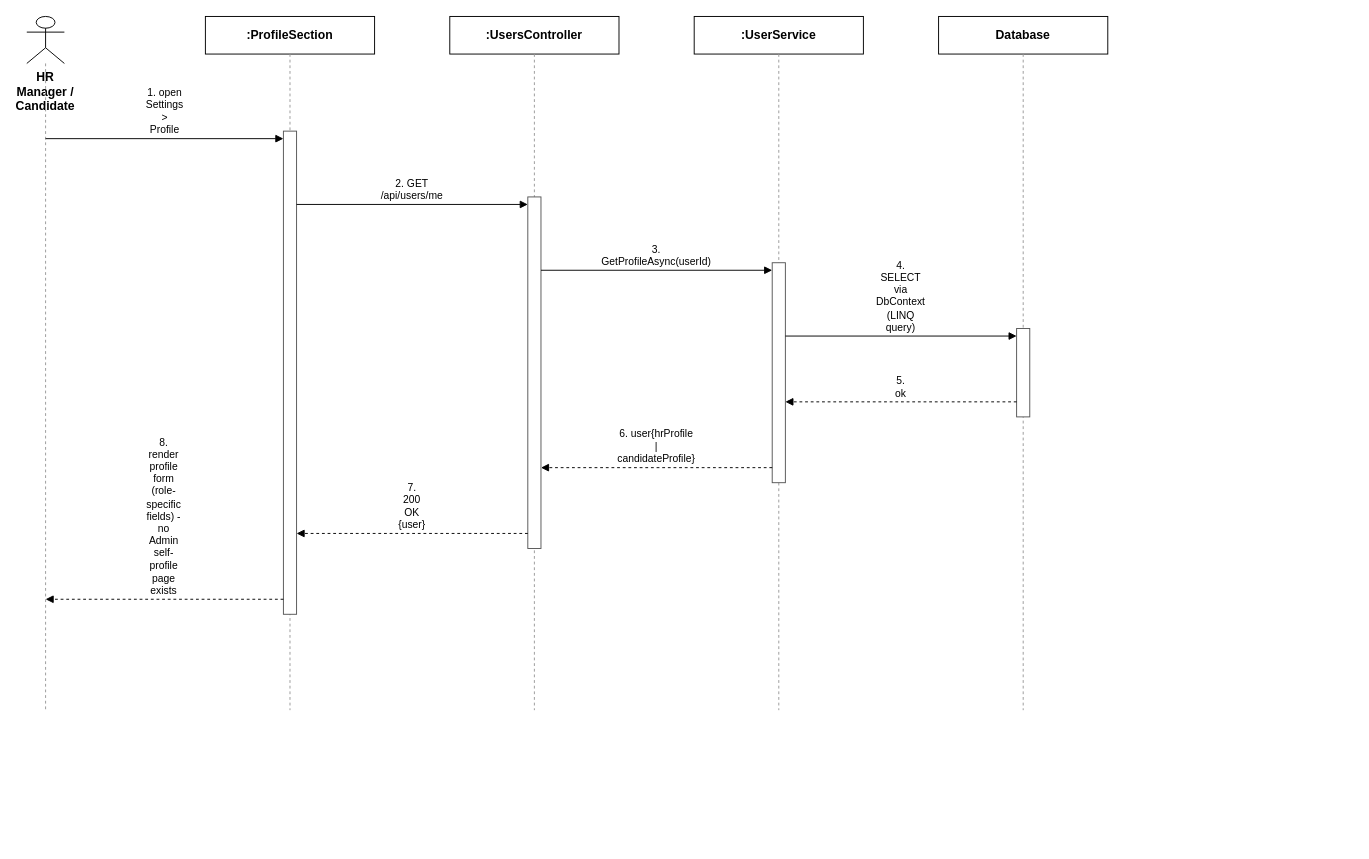
Above: docs/qa/Hien_SequenceDiagram/Report4_SequenceDiagram_View_Profile.drawio in tulklk/AI_Interview_Question_Generation_RAG_LLM_FE (draw.io), before the change. Source tidied: cells renumbered, new cells numbered last; positions are measured from the earlier drawing's top-left corner, leaving out a move shared by most shapes. Both pictures are drawn from the tidied source at 94%, with x=0, y=0 at pixel (26, 16).
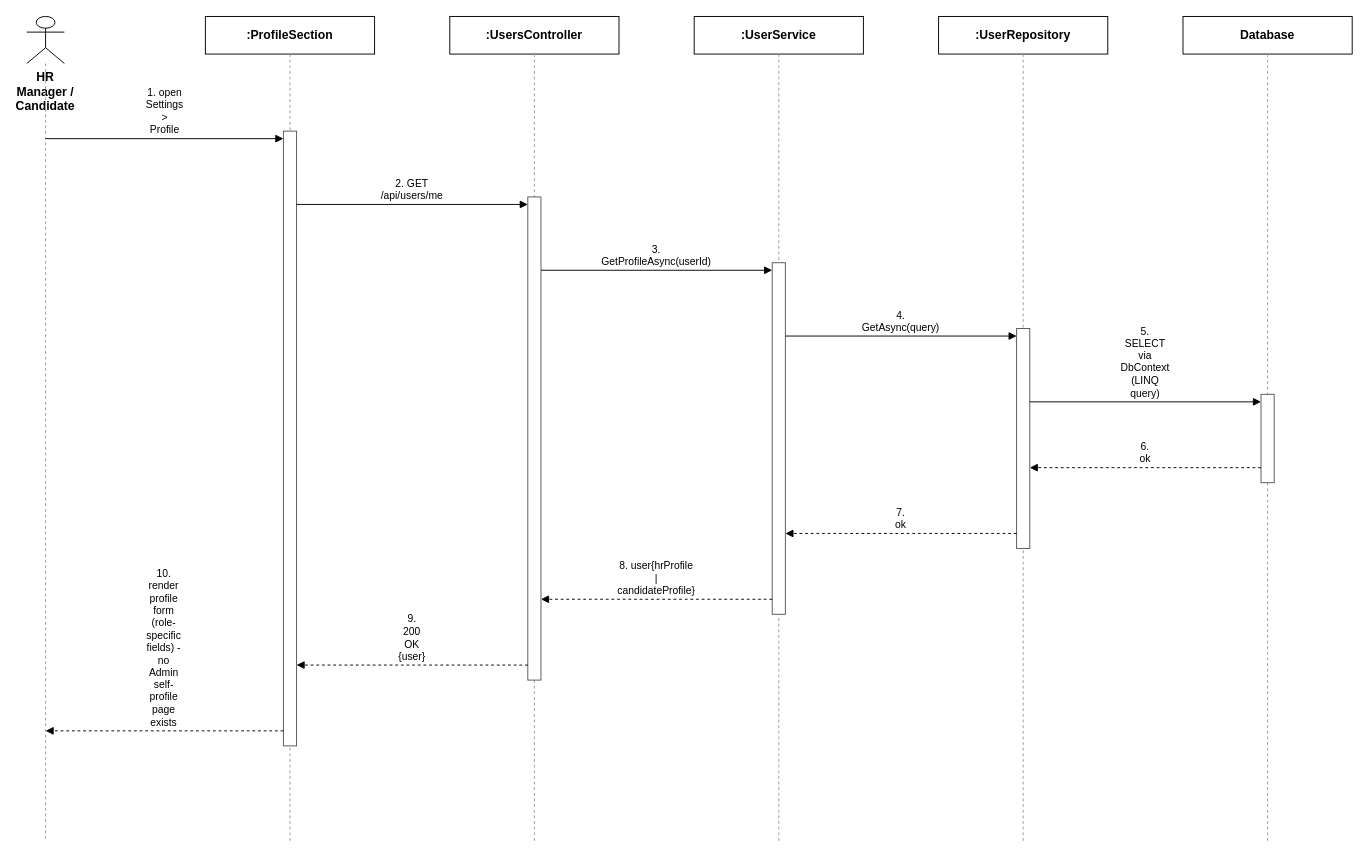
The same diagram, later.

The edit, as a diff of the source:
```diff
@@
     <mxCell id="3" style="endArrow=none;dashed=1;html=1;strokeColor=#999999;" parent="1" edge="1">
       <mxGeometry relative="1" as="geometry">
         <mxPoint x="20" y="50" as="sourcePoint" />
-        <mxPoint x="20" y="738" as="targetPoint" />
+        <mxPoint x="20" y="878" as="targetPoint" />
       </mxGeometry>
     </mxCell>
@@
     <mxCell id="5" style="endArrow=none;dashed=1;html=1;strokeColor=#999999;" parent="1" edge="1">
       <mxGeometry relative="1" as="geometry">
         <mxPoint x="280" y="40" as="sourcePoint" />
-        <mxPoint x="280" y="738" as="targetPoint" />
+        <mxPoint x="280" y="878" as="targetPoint" />
       </mxGeometry>
     </mxCell>
@@
     <mxCell id="7" style="endArrow=none;dashed=1;html=1;strokeColor=#999999;" parent="1" edge="1">
       <mxGeometry relative="1" as="geometry">
         <mxPoint x="540" y="40" as="sourcePoint" />
-        <mxPoint x="540" y="738" as="targetPoint" />
+        <mxPoint x="540" y="878" as="targetPoint" />
       </mxGeometry>
     </mxCell>
@@
     <mxCell id="9" style="endArrow=none;dashed=1;html=1;strokeColor=#999999;" parent="1" edge="1">
       <mxGeometry relative="1" as="geometry">
         <mxPoint x="800" y="40" as="sourcePoint" />
-        <mxPoint x="800" y="738" as="targetPoint" />
+        <mxPoint x="800" y="878" as="targetPoint" />
       </mxGeometry>
     </mxCell>
-    <mxCell id="10" value="Database" style="rounded=0;whiteSpace=wrap;html=1;fontSize=13;fillColor=#ffffff;strokeColor=#000000;fontStyle=1;" parent="1" vertex="1">
+    <mxCell id="10" value=":UserRepository" style="rounded=0;whiteSpace=wrap;html=1;fontSize=13;fillColor=#ffffff;strokeColor=#000000;fontStyle=1;" parent="1" vertex="1">
       <mxGeometry x="970" width="180" height="40" as="geometry" />
     </mxCell>
     <mxCell id="11" style="endArrow=none;dashed=1;html=1;strokeColor=#999999;" parent="1" edge="1">
       <mxGeometry relative="1" as="geometry">
         <mxPoint x="1060" y="40" as="sourcePoint" />
-        <mxPoint x="1060" y="738" as="targetPoint" />
+        <mxPoint x="1060" y="878" as="targetPoint" />
       </mxGeometry>
     </mxCell>
-    <mxCell id="12" style="rounded=0;whiteSpace=wrap;html=1;fillColor=#ffffff;strokeColor=#555555;" parent="1" vertex="1">
-      <mxGeometry x="273" y="122" width="14" height="514" as="geometry" />
+    <mxCell id="12" value="Database" style="rounded=0;whiteSpace=wrap;html=1;fontSize=13;fillColor=#ffffff;strokeColor=#000000;fontStyle=1;" parent="1" vertex="1">
+      <mxGeometry x="1230" width="180" height="40" as="geometry" />
     </mxCell>
-    <mxCell id="13" style="rounded=0;whiteSpace=wrap;html=1;fillColor=#ffffff;strokeColor=#555555;" parent="1" vertex="1">
-      <mxGeometry x="533" y="192" width="14" height="374" as="geometry" />
+    <mxCell id="13" style="endArrow=none;dashed=1;html=1;strokeColor=#999999;" parent="1" edge="1">
+      <mxGeometry relative="1" as="geometry">
+        <mxPoint x="1320" y="40" as="sourcePoint" />
+        <mxPoint x="1320" y="878" as="targetPoint" />
+      </mxGeometry>
     </mxCell>
     <mxCell id="14" style="rounded=0;whiteSpace=wrap;html=1;fillColor=#ffffff;strokeColor=#555555;" parent="1" vertex="1">
-      <mxGeometry x="793" y="262" width="14" height="234" as="geometry" />
+      <mxGeometry x="273" y="122" width="14" height="654" as="geometry" />
     </mxCell>
     <mxCell id="15" style="rounded=0;whiteSpace=wrap;html=1;fillColor=#ffffff;strokeColor=#555555;" parent="1" vertex="1">
-      <mxGeometry x="1053" y="332" width="14" height="94" as="geometry" />
+      <mxGeometry x="533" y="192" width="14" height="514" as="geometry" />
     </mxCell>
-    <mxCell id="16" value="1. open Settings &gt; Profile" style="endArrow=block;endFill=1;html=1;whiteSpace=wrap;fontSize=11;align=center;verticalAlign=bottom;labelBackgroundColor=#ffffff;strokeColor=#000000;" parent="1" edge="1">
-      <mxGeometry relative="1" as="geometry">
-        <mxPoint x="20" y="130" as="sourcePoint" />
-        <mxPoint x="273" y="130" as="targetPoint" />
-      </mxGeometry>
+    <mxCell id="16" style="rounded=0;whiteSpace=wrap;html=1;fillColor=#ffffff;strokeColor=#555555;" parent="1" vertex="1">
+      <mxGeometry x="793" y="262" width="14" height="374" as="geometry" />
     </mxCell>
-    <mxCell id="17" value="2. GET /api/users/me" style="endArrow=block;endFill=1;html=1;whiteSpace=wrap;fontSize=11;align=center;verticalAlign=bottom;labelBackgroundColor=#ffffff;strokeColor=#000000;" parent="1" edge="1">
-      <mxGeometry relative="1" as="geometry">
-        <mxPoint x="287" y="200" as="sourcePoint" />
-        <mxPoint x="533" y="200" as="targetPoint" />
-      </mxGeometry>
+    <mxCell id="17" style="rounded=0;whiteSpace=wrap;html=1;fillColor=#ffffff;strokeColor=#555555;" parent="1" vertex="1">
+      <mxGeometry x="1053" y="332" width="14" height="234" as="geometry" />
     </mxCell>
-    <mxCell id="18" value="3. GetProfileAsync(userId)" style="endArrow=block;endFill=1;html=1;whiteSpace=wrap;fontSize=11;align=center;verticalAlign=bottom;labelBackgroundColor=#ffffff;strokeColor=#000000;" parent="1" edge="1">
-      <mxGeometry relative="1" as="geometry">
-        <mxPoint x="547" y="270" as="sourcePoint" />
-        <mxPoint x="793" y="270" as="targetPoint" />
-      </mxGeometry>
+    <mxCell id="18" style="rounded=0;whiteSpace=wrap;html=1;fillColor=#ffffff;strokeColor=#555555;" parent="1" vertex="1">
+      <mxGeometry x="1313" y="402" width="14" height="94" as="geometry" />
     </mxCell>
-    <mxCell id="19" value="4. SELECT via DbContext (LINQ query)" style="endArrow=block;endFill=1;html=1;whiteSpace=wrap;fontSize=11;align=center;verticalAlign=bottom;labelBackgroundColor=#ffffff;strokeColor=#000000;" parent="1" edge="1">
+    <mxCell id="19" value="1. open Settings &gt; Profile" style="endArrow=block;endFill=1;html=1;whiteSpace=wrap;fontSize=11;align=center;verticalAlign=bottom;labelBackgroundColor=#ffffff;strokeColor=#000000;" parent="1" edge="1">
       <mxGeometry relative="1" as="geometry">
-        <mxPoint x="807" y="340" as="sourcePoint" />
-        <mxPoint x="1053" y="340" as="targetPoint" />
+        <mxPoint x="20" y="130" as="sourcePoint" />
+        <mxPoint x="273" y="130" as="targetPoint" />
       </mxGeometry>
     </mxCell>
-    <mxCell id="20" value="5. ok" style="endArrow=block;endFill=1;html=1;whiteSpace=wrap;dashed=1;fontSize=11;align=center;verticalAlign=bottom;labelBackgroundColor=#ffffff;strokeColor=#000000;" parent="1" edge="1">
+    <mxCell id="20" value="2. GET /api/users/me" style="endArrow=block;endFill=1;html=1;whiteSpace=wrap;fontSize=11;align=center;verticalAlign=bottom;labelBackgroundColor=#ffffff;strokeColor=#000000;" parent="1" edge="1">
       <mxGeometry relative="1" as="geometry">
-        <mxPoint x="1053" y="410" as="sourcePoint" />
-        <mxPoint x="807" y="410" as="targetPoint" />
+        <mxPoint x="287" y="200" as="sourcePoint" />
+        <mxPoint x="533" y="200" as="targetPoint" />
       </mxGeometry>
     </mxCell>
-    <mxCell id="21" value="6. user{hrProfile | candidateProfile}" style="endArrow=block;endFill=1;html=1;whiteSpace=wrap;dashed=1;fontSize=11;align=center;verticalAlign=bottom;labelBackgroundColor=#ffffff;strokeColor=#000000;" parent="1" edge="1">
+    <mxCell id="21" value="3. GetProfileAsync(userId)" style="endArrow=block;endFill=1;html=1;whiteSpace=wrap;fontSize=11;align=center;verticalAlign=bottom;labelBackgroundColor=#ffffff;strokeColor=#000000;" parent="1" edge="1">
       <mxGeometry relative="1" as="geometry">
-        <mxPoint x="793" y="480" as="sourcePoint" />
-        <mxPoint x="547" y="480" as="targetPoint" />
+        <mxPoint x="547" y="270" as="sourcePoint" />
+        <mxPoint x="793" y="270" as="targetPoint" />
       </mxGeometry>
     </mxCell>
-    <mxCell id="22" value="7. 200 OK {user}" style="endArrow=block;endFill=1;html=1;whiteSpace=wrap;dashed=1;fontSize=11;align=center;verticalAlign=bottom;labelBackgroundColor=#ffffff;strokeColor=#000000;" parent="1" edge="1">
+    <mxCell id="22" value="4. GetAsync(query)" style="endArrow=block;endFill=1;html=1;whiteSpace=wrap;fontSize=11;align=center;verticalAlign=bottom;labelBackgroundColor=#ffffff;strokeColor=#000000;" parent="1" edge="1">
       <mxGeometry relative="1" as="geometry">
-        <mxPoint x="533" y="550" as="sourcePoint" />
-        <mxPoint x="287" y="550" as="targetPoint" />
+        <mxPoint x="807" y="340" as="sourcePoint" />
+        <mxPoint x="1053" y="340" as="targetPoint" />
       </mxGeometry>
     </mxCell>
-    <mxCell id="23" value="8. render profile form (role-specific fields) - no&lt;br&gt;Admin self-profile page exists" style="endArrow=block;endFill=1;html=1;whiteSpace=wrap;dashed=1;fontSize=11;align=center;verticalAlign=bottom;labelBackgroundColor=#ffffff;strokeColor=#000000;" parent="1" edge="1">
+    <mxCell id="23" value="5. SELECT via DbContext (LINQ query)" style="endArrow=block;endFill=1;html=1;whiteSpace=wrap;fontSize=11;align=center;verticalAlign=bottom;labelBackgroundColor=#ffffff;strokeColor=#000000;" parent="1" edge="1">
       <mxGeometry relative="1" as="geometry">
-        <mxPoint x="273" y="620" as="sourcePoint" />
-        <mxPoint x="20" y="620" as="targetPoint" />
+        <mxPoint x="1067" y="410" as="sourcePoint" />
+        <mxPoint x="1313" y="410" as="targetPoint" />
       </mxGeometry>
     </mxCell>
+    <mxCell id="24" value="6. ok" style="endArrow=block;endFill=1;html=1;whiteSpace=wrap;dashed=1;fontSize=11;align=center;verticalAlign=bottom;labelBackgroundColor=#ffffff;strokeColor=#000000;" parent="1" edge="1">
+      <mxGeometry relative="1" as="geometry">
+        <mxPoint x="1313" y="480" as="sourcePoint" />
+        <mxPoint x="1067" y="480" as="targetPoint" />
+      </mxGeometry>
+    </mxCell>
+    <mxCell id="25" value="7. ok" style="endArrow=block;endFill=1;html=1;whiteSpace=wrap;dashed=1;fontSize=11;align=center;verticalAlign=bottom;labelBackgroundColor=#ffffff;strokeColor=#000000;" parent="1" edge="1">
+      <mxGeometry relative="1" as="geometry">
+        <mxPoint x="1053" y="550" as="sourcePoint" />
+        <mxPoint x="807" y="550" as="targetPoint" />
+      </mxGeometry>
+    </mxCell>
+    <mxCell id="26" value="8. user{hrProfile | candidateProfile}" style="endArrow=block;endFill=1;html=1;whiteSpace=wrap;dashed=1;fontSize=11;align=center;verticalAlign=bottom;labelBackgroundColor=#ffffff;strokeColor=#000000;" parent="1" edge="1">
+      <mxGeometry relative="1" as="geometry">
+        <mxPoint x="793" y="620" as="sourcePoint" />
+        <mxPoint x="547" y="620" as="targetPoint" />
+      </mxGeometry>
+    </mxCell>
+    <mxCell id="27" value="9. 200 OK {user}" style="endArrow=block;endFill=1;html=1;whiteSpace=wrap;dashed=1;fontSize=11;align=center;verticalAlign=bottom;labelBackgroundColor=#ffffff;strokeColor=#000000;" parent="1" edge="1">
+      <mxGeometry relative="1" as="geometry">
+        <mxPoint x="533" y="690" as="sourcePoint" />
+        <mxPoint x="287" y="690" as="targetPoint" />
+      </mxGeometry>
+    </mxCell>
+    <mxCell id="28" value="10. render profile form (role-specific fields) - no&lt;br&gt;Admin self-profile page exists" style="endArrow=block;endFill=1;html=1;whiteSpace=wrap;dashed=1;fontSize=11;align=center;verticalAlign=bottom;labelBackgroundColor=#ffffff;strokeColor=#000000;" parent="1" edge="1">
+      <mxGeometry relative="1" as="geometry">
+        <mxPoint x="273" y="760" as="sourcePoint" />
+        <mxPoint x="20" y="760" as="targetPoint" />
+      </mxGeometry>
+    </mxCell>
```
